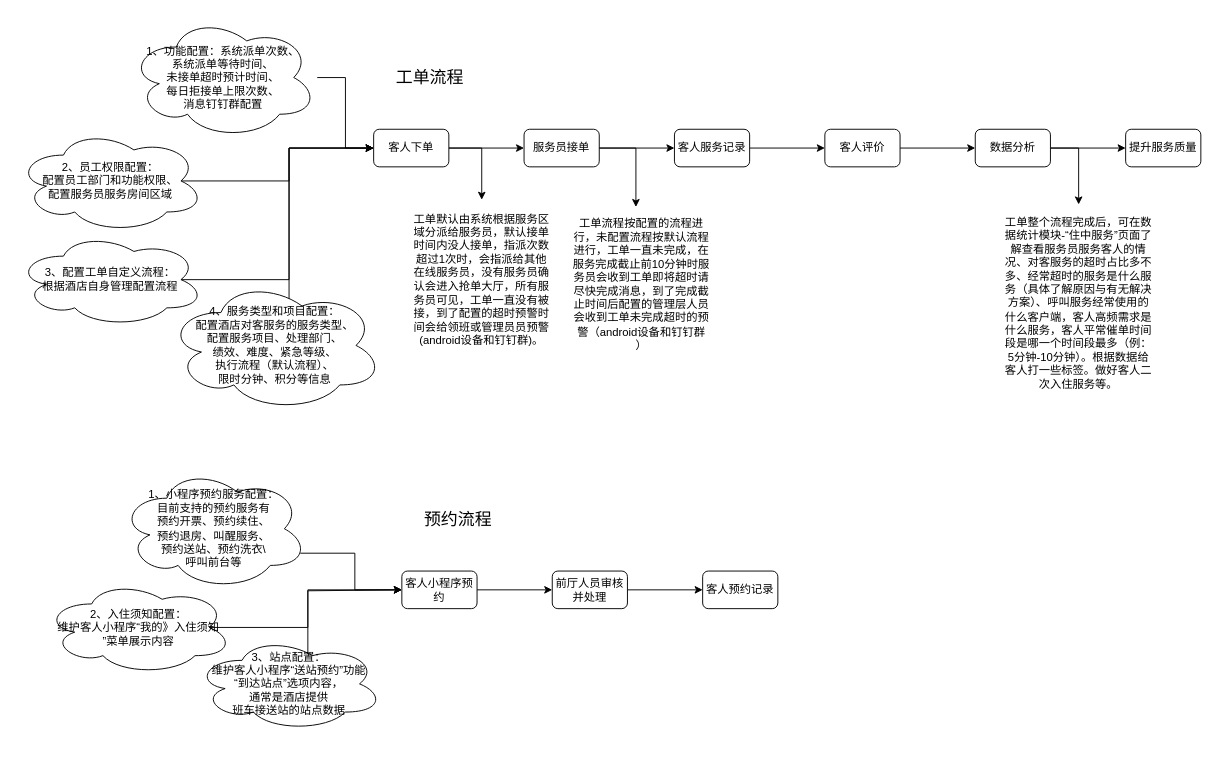
This is xzzh/服务管家培训讲解流程图.drawio from daniel-7d/draw, a draw.io file, before an edit. Source tidied: cells renumbered, new cells numbered last; positions are measured from the earlier drawing's top-left corner, leaving out a move shared by most shapes. Both pictures are drawn from the tidied source at 94%, with x=0, y=0 at pixel (16, 16).
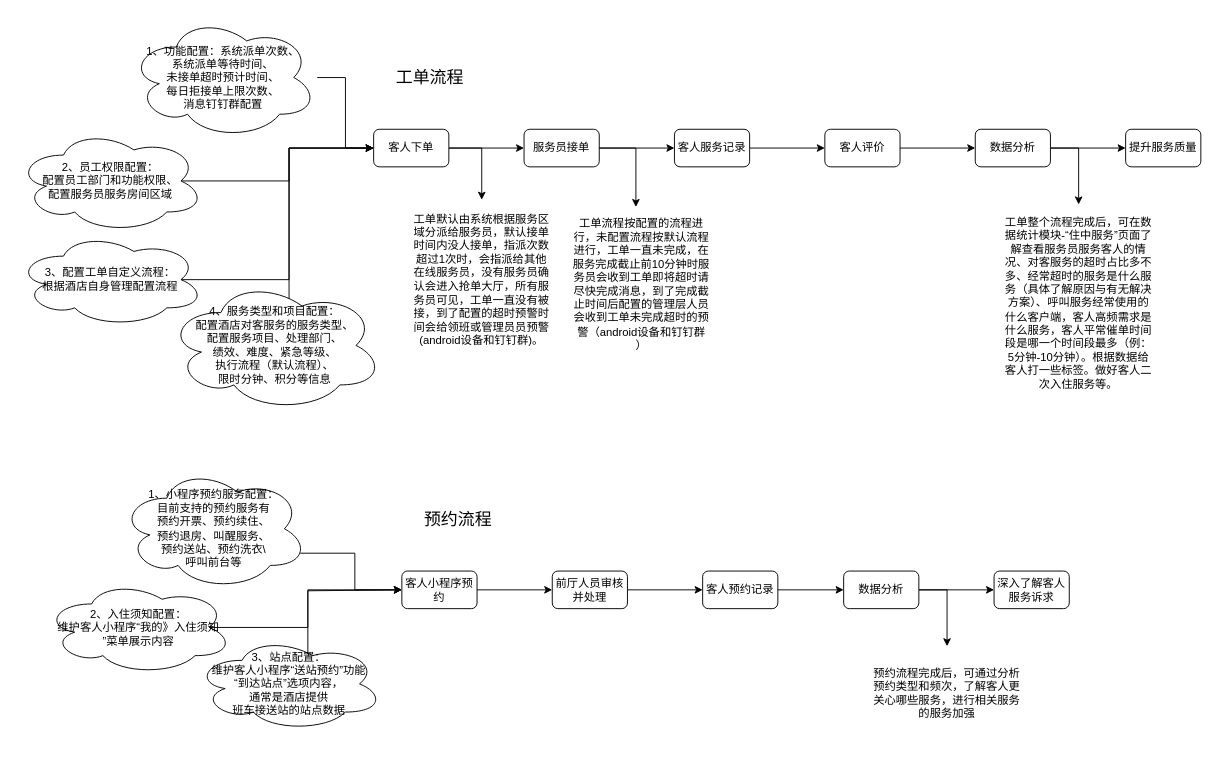
The same diagram, later.

Commit message:
更新服务管家培训讲解流程图.drawio

The change refers to these unchanged cells:
```xml
<mxCell id="33" value="客人预约记录" style="rounded=1;whiteSpace=wrap;html=1;" parent="1" vertex="1">
  <mxGeometry x="730" y="590" width="80" height="40" as="geometry" />
</mxCell>
```

The edit, as a diff of the source:
```diff
@@
+    <mxCell id="40" style="edgeStyle=orthogonalEdgeStyle;rounded=0;jettySize=auto;html=1;exitX=1;exitY=0.5;exitDx=0;exitDy=0;" parent="1" edge="1" source="33" target="43">
+      <mxGeometry relative="1" as="geometry" />
+    </mxCell>
@@
+    <mxCell id="41" style="edgeStyle=orthogonalEdgeStyle;rounded=0;jettySize=auto;html=1;exitX=1;exitY=0.5;exitDx=0;exitDy=0;entryX=0;entryY=0.5;entryDx=0;entryDy=0;" parent="1" edge="1" source="43" target="44">
+      <mxGeometry relative="1" as="geometry" />
+    </mxCell>
+    <mxCell id="42" style="edgeStyle=orthogonalEdgeStyle;rounded=0;jettySize=auto;html=1;exitX=1;exitY=0.5;exitDx=0;exitDy=0;entryX=0.5;entryY=0;entryDx=0;entryDy=0;" parent="1" edge="1" source="43" target="45">
+      <mxGeometry relative="1" as="geometry" />
+    </mxCell>
+    <mxCell id="43" value="数据分析" style="rounded=1;whiteSpace=wrap;html=1;" parent="1" vertex="1">
+      <mxGeometry x="880" y="590" width="80" height="40" as="geometry" />
+    </mxCell>
+    <mxCell id="44" value="深入了解客人服务诉求" style="rounded=1;whiteSpace=wrap;html=1;" parent="1" vertex="1">
+      <mxGeometry x="1040" y="590" width="80" height="40" as="geometry" />
+    </mxCell>
+    <mxCell id="45" value="预约流程完成后，可通过分析预约类型和频次，了解客人更关心哪些服务，进行相关服务的服务加强" style="text;html=1;strokeColor=none;fillColor=none;align=center;verticalAlign=middle;whiteSpace=wrap;rounded=0;" parent="1" vertex="1">
+      <mxGeometry x="910" y="670" width="160" height="100" as="geometry" />
+    </mxCell>
```
